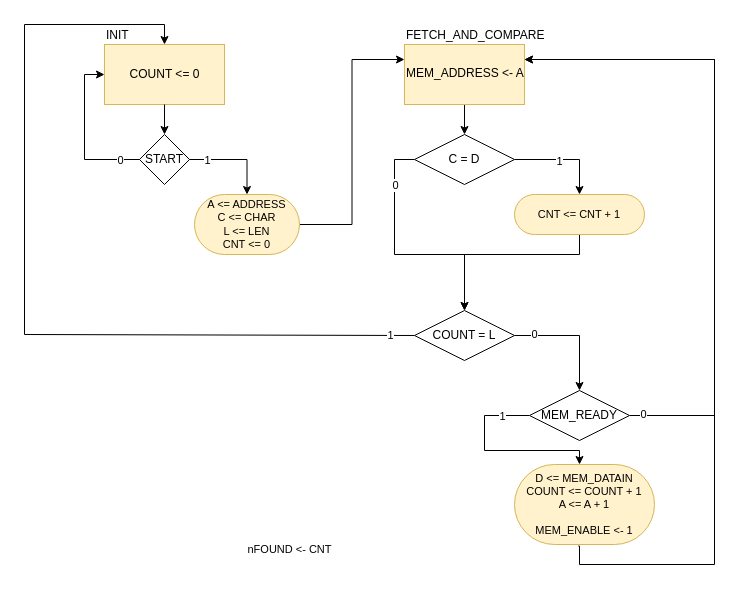
Before: page "search_chr_improved" (4 of 5) of ASMcharts/ASM.drawio in DavidTrevisan/calcolatori_elettronici_2025, a draw.io diagram. Source tidied: cells renumbered, new cells numbered last; positions are measured from the earlier drawing's top-left corner, leaving out a move shared by most shapes. Both pictures are drawn from the tidied source at 100%, with x=0, y=0 at pixel (24, 24).
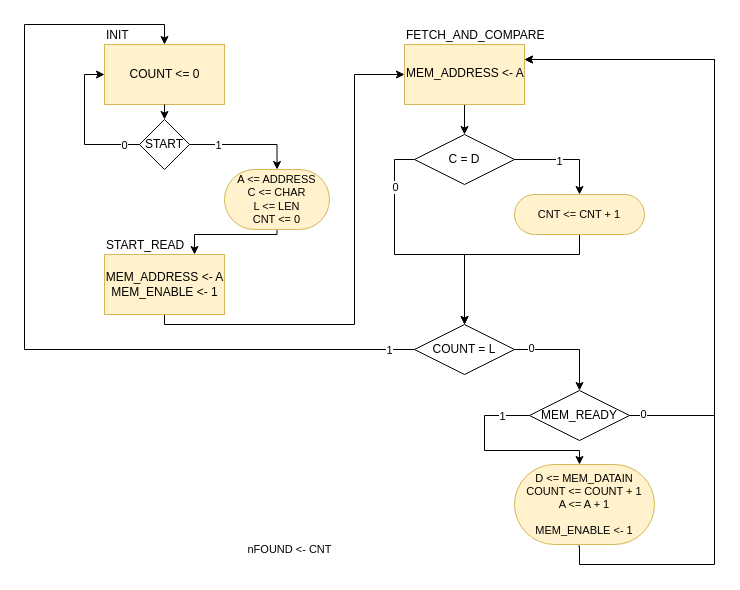
The same diagram, later.

Commit message:
[ASM] update search_chr improved

Unchanged cells that the change refers to:
```xml
<mxCell id="4" value="INIT" style="rounded=0;whiteSpace=wrap;html=1;verticalAlign=bottom;labelPosition=center;verticalLabelPosition=top;align=left;fillColor=#fff2cc;strokeColor=#d6b656;" parent="1" vertex="1">
  <mxGeometry x="80" y="20" width="120" height="60" as="geometry" />
</mxCell>
<mxCell id="13" value="FETCH_AND_COMPARE" style="rounded=0;whiteSpace=wrap;html=1;verticalAlign=bottom;labelPosition=center;verticalLabelPosition=top;align=left;fillColor=#fff2cc;strokeColor=#d6b656;" parent="1" vertex="1">
  <mxGeometry x="380" y="20" width="120" height="60" as="geometry" />
</mxCell>
```

Change to the diagram source:
```diff
@@
     <mxCell id="2" style="edgeStyle=orthogonalEdgeStyle;rounded=0;jettySize=auto;html=1;entryX=0;entryY=0.5;entryDx=0;entryDy=0;strokeColor=default;align=center;verticalAlign=middle;fontFamily=Helvetica;fontSize=11;fontColor=default;labelBackgroundColor=default;jumpStyle=arc;endArrow=classic;exitX=1;exitY=0.5;exitDx=0;exitDy=0;" parent="1" edge="1" source="9" target="4">
       <mxGeometry relative="1" as="geometry">
         <Array as="points">
-          <mxPoint x="60" y="135" />
+          <mxPoint x="60" y="120" />
           <mxPoint x="60" y="50" />
         </Array>
       </mxGeometry>
     </mxCell>
@@
-    <mxCell id="6" style="edgeStyle=orthogonalEdgeStyle;rounded=0;jettySize=auto;html=1;entryX=0.5;entryY=0;entryDx=0;entryDy=0;strokeColor=default;align=center;verticalAlign=middle;fontFamily=Helvetica;fontSize=11;fontColor=default;labelBackgroundColor=default;jumpStyle=arc;endArrow=classic;" parent="1" edge="1" source="4" target="9">
-      <mxGeometry relative="1" as="geometry" />
+    <mxCell id="6" style="edgeStyle=orthogonalEdgeStyle;rounded=0;jettySize=auto;html=1;entryX=0.5;entryY=0;entryDx=0;entryDy=0;strokeColor=default;align=center;verticalAlign=middle;fontFamily=Helvetica;fontSize=11;fontColor=default;labelBackgroundColor=default;jumpStyle=arc;endArrow=classic;" parent="1" edge="1" target="9">
+      <mxGeometry relative="1" as="geometry">
+        <mxPoint x="140" y="80" as="sourcePoint" />
+      </mxGeometry>
     </mxCell>
-    <mxCell id="7" style="edgeStyle=orthogonalEdgeStyle;shape=connector;rounded=0;jumpStyle=arc;jettySize=auto;html=1;entryX=0.5;entryY=0;entryDx=0;entryDy=0;strokeColor=default;align=center;verticalAlign=middle;fontFamily=Helvetica;fontSize=11;fontColor=default;labelBackgroundColor=default;endArrow=classic;" parent="1" edge="1" source="9" target="11">
+    <mxCell id="7" style="edgeStyle=orthogonalEdgeStyle;shape=connector;rounded=0;jumpStyle=arc;jettySize=auto;html=1;strokeColor=default;align=center;verticalAlign=middle;fontFamily=Helvetica;fontSize=11;fontColor=default;labelBackgroundColor=default;endArrow=classic;entryX=0.5;entryY=0;entryDx=0;entryDy=0;" parent="1" edge="1" source="9" target="11">
       <mxGeometry relative="1" as="geometry">
         <Array as="points">
-          <mxPoint x="222" y="135" />
+          <mxPoint x="253" y="120" />
         </Array>
       </mxGeometry>
     </mxCell>
@@
     <mxCell id="9" value="START" style="rhombus;whiteSpace=wrap;html=1;" parent="1" vertex="1">
-      <mxGeometry x="115" y="110" width="50" height="50" as="geometry" />
+      <mxGeometry x="115" y="95" width="50" height="50" as="geometry" />
     </mxCell>
-    <mxCell id="10" style="edgeStyle=orthogonalEdgeStyle;shape=connector;rounded=0;jumpStyle=arc;jettySize=auto;html=1;entryX=0;entryY=0.25;entryDx=0;entryDy=0;strokeColor=default;align=center;verticalAlign=middle;fontFamily=Helvetica;fontSize=11;fontColor=default;labelBackgroundColor=default;endArrow=classic;" parent="1" edge="1" source="11" target="13">
-      <mxGeometry relative="1" as="geometry" />
+    <mxCell id="10" style="edgeStyle=orthogonalEdgeStyle;shape=connector;rounded=0;jumpStyle=arc;jettySize=auto;html=1;entryX=0.75;entryY=0;entryDx=0;entryDy=0;strokeColor=default;align=center;verticalAlign=middle;fontFamily=Helvetica;fontSize=11;fontColor=default;labelBackgroundColor=default;endArrow=classic;" parent="1" edge="1" source="11" target="36">
+      <mxGeometry relative="1" as="geometry">
+        <Array as="points">
+          <mxPoint x="253" y="210" />
+          <mxPoint x="170" y="210" />
+        </Array>
+      </mxGeometry>
     </mxCell>
     <mxCell id="11" value="A &amp;lt;= ADDRESS&lt;br&gt;C &amp;lt;= CHAR&lt;br&gt;L &amp;lt;= LEN&lt;br&gt;CNT &amp;lt;= 0" style="rounded=1;whiteSpace=wrap;html=1;fontFamily=Helvetica;fontSize=11;labelBackgroundColor=none;fillColor=#fff2cc;strokeColor=#d6b656;arcSize=50;" parent="1" vertex="1">
-      <mxGeometry x="170" y="170" width="105" height="60" as="geometry" />
+      <mxGeometry x="200" y="145" width="105" height="60" as="geometry" />
     </mxCell>
@@
     <mxCell id="24" style="edgeStyle=orthogonalEdgeStyle;shape=connector;rounded=0;jumpStyle=arc;jettySize=auto;html=1;entryX=0.5;entryY=0;entryDx=0;entryDy=0;strokeColor=default;align=center;verticalAlign=middle;fontFamily=Helvetica;fontSize=11;fontColor=default;labelBackgroundColor=default;endArrow=classic;exitX=0;exitY=0.5;exitDx=0;exitDy=0;" parent="1" edge="1" source="26" target="4">
       <mxGeometry relative="1" as="geometry">
         <Array as="points">
-          <mxPoint x="370" y="310" />
-          <mxPoint y="310" />
+          <mxPoint y="325" />
           <mxPoint />
           <mxPoint x="140" />
         </Array>
       </mxGeometry>
     </mxCell>
@@
     <mxCell id="26" value="COUNT = L" style="rhombus;whiteSpace=wrap;html=1;" parent="1" vertex="1">
-      <mxGeometry x="390" y="286" width="100" height="50" as="geometry" />
+      <mxGeometry x="390" y="300" width="100" height="50" as="geometry" />
     </mxCell>
@@
+    <mxCell id="35" style="edgeStyle=orthogonalEdgeStyle;rounded=0;jettySize=auto;html=1;entryX=0;entryY=0.5;entryDx=0;entryDy=0;" parent="1" edge="1" source="36" target="13">
+      <mxGeometry relative="1" as="geometry">
+        <Array as="points">
+          <mxPoint x="140" y="300" />
+          <mxPoint x="330" y="300" />
+          <mxPoint x="330" y="50" />
+        </Array>
+      </mxGeometry>
+    </mxCell>
+    <mxCell id="36" value="START_READ" style="rounded=0;whiteSpace=wrap;html=1;verticalAlign=bottom;labelPosition=center;verticalLabelPosition=top;align=left;fillColor=#fff2cc;strokeColor=#d6b656;" parent="1" vertex="1">
+      <mxGeometry x="80" y="230" width="120" height="60" as="geometry" />
+    </mxCell>
+    <mxCell id="37" value="MEM_ADDRESS &amp;lt;- A&lt;br&gt;MEM_ENABLE &amp;lt;- 1" style="text;html=1;align=center;verticalAlign=middle;strokeColor=none;fillColor=none;" parent="1" vertex="1">
+      <mxGeometry x="70" y="240" width="140" height="40" as="geometry" />
+    </mxCell>
```
